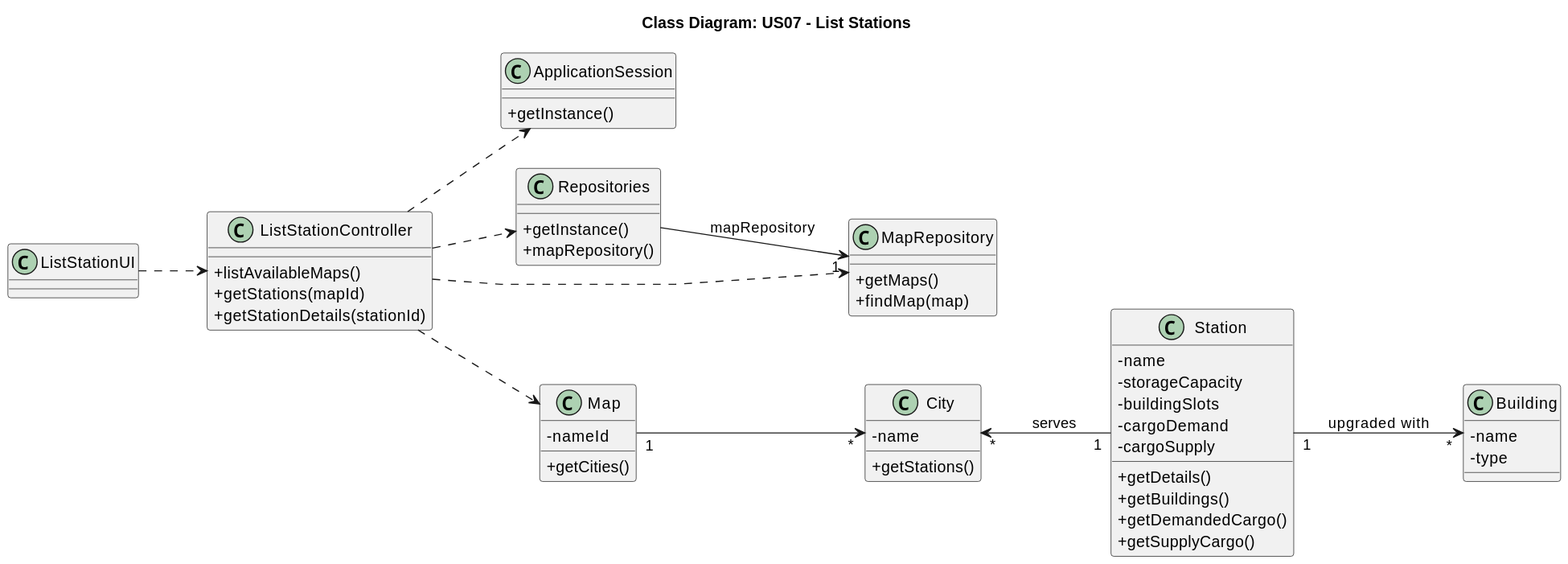
HenriqueSilva18/Railway-Network-Simulator keeps this PlantUML diagram as docs/system-documentation/Sprint 2/US07/03.design/svg/US07-CD.svg. Above is the earlier version.
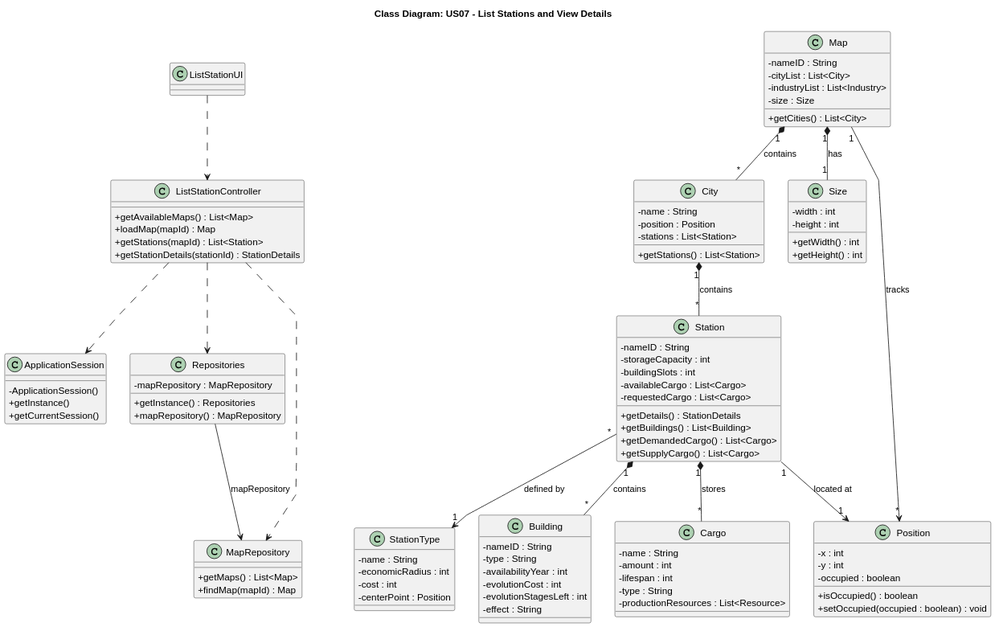
Above is the later version.

Diff of the diagram source:
```diff
@@ -1,75 +1,115 @@
 @startuml
-left to right direction
-
 skinparam packageStyle rectangle
 skinparam shadowing false
 skinparam linetype polyline
 skinparam classAttributeIconSize 0
 
-title Class Diagram: US07 - List Stations
+title Class Diagram: US07 - List Stations and View Details
 
-class ListStationUI {
-
+class ApplicationSession {
+  -ApplicationSession()
+  +getInstance()
+  +getCurrentSession()
 }
 
 class ListStationController {
-  +listAvailableMaps()
-  +getStations(mapId)
-  +getStationDetails(stationId)
-}
-
-class ApplicationSession {
-    + getInstance()
+  +getAvailableMaps() : List<Map>
+  +loadMap(mapId) : Map
+  +getStations(mapId) : List<Station>
+  +getStationDetails(stationId) : StationDetails
 }
 
 class Repositories {
-  +getInstance()
-  +mapRepository()
+  -mapRepository : MapRepository
+  +getInstance() : Repositories
+  +mapRepository() : MapRepository
 }
 
 class MapRepository {
-  +getMaps()
-  +findMap(map)
+  +getMaps() : List<Map>
+  +findMap(mapId) : Map
 }
 
 class Map {
-  -nameId
-  +getCities()
+  -nameID : String
+  -cityList : List<City>
+  -industryList : List<Industry>
+  -size : Size
+  +getCities() : List<City>
 }
 
 class City {
-  -name
-  +getStations()
+  -name : String
+  -position : Position
+  -stations : List<Station>
+  +getStations() : List<Station>
+}
+
+class Size {
+  -width : int
+  -height : int
+  +getWidth() : int
+  +getHeight() : int
 }
 
 class Station {
-  -name
-  -storageCapacity
-  -buildingSlots
-    -cargoDemand
-    -cargoSupply
-  +getDetails()
-  +getBuildings()
-  +getDemandedCargo()
-  +getSupplyCargo()
+  -nameID : String
+  -storageCapacity : int
+  -buildingSlots : int
+  -availableCargo : List<Cargo>
+  -requestedCargo : List<Cargo>
+  +getDetails() : StationDetails
+  +getBuildings() : List<Building>
+  +getDemandedCargo() : List<Cargo>
+  +getSupplyCargo() : List<Cargo>
+}
+
+class StationType {
+  -name : String
+  -economicRadius : int
+  -cost : int
+  -centerPoint : Position
 }
 
 class Building {
-  -name
-  -type
+  -nameID : String
+  -type : String
+  -availabilityYear : int
+  -evolutionCost : int
+  -evolutionStagesLeft : int
+  -effect : String
 }
 
+class Cargo {
+  -name : String
+  -amount : int
+  -lifespan : int
+  -type : String
+  -productionResources : List<Resource>
+}
 
+class Position {
+  -x : int
+  -y : int
+  -occupied : boolean
+  +isOccupied() : boolean
+  +setOccupied(occupied : boolean) : void
+}
+
+class ListStationUI {
+}
 
 ListStationUI ..> ListStationController
 ListStationController ..> ApplicationSession
-
 ListStationController ..> MapRepository
-
 ListStationController ..> Repositories
-ListStationController ..> Map
-Repositories --> "1" MapRepository : mapRepository
-Map "1"-->"*" City
-City"*" <--"1" Station : serves
-Station "1" --> "*" Building : upgraded with
+Repositories --> MapRepository : mapRepository
+Map "1" *-- "*" City : contains
+Map "1" *-- "1" Size : has
+City "1" *-- "*" Station : contains
+Station "*" --> "1" StationType : defined by
+Station "1" *-- "*" Building : contains
+Station "1" *-- "*" Cargo : stores
+Station "1" --> "1" Position : located at
+Map "1" --> "*" Position : tracks
 @enduml
```
